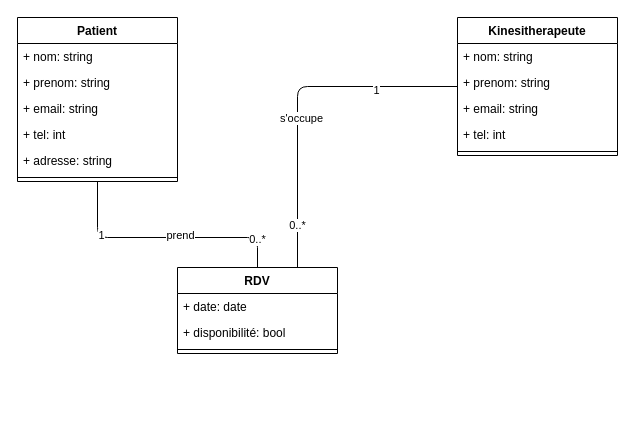
Above: documentation/DC_KCV.drawio in yusrachan/KCV_Project (draw.io), before the change. Source tidied: cells renumbered, new cells numbered last; positions are measured from the earlier drawing's top-left corner, leaving out a move shared by most shapes. Both pictures are drawn from the tidied source at 100%, with x=0, y=0 at pixel (17, 17).
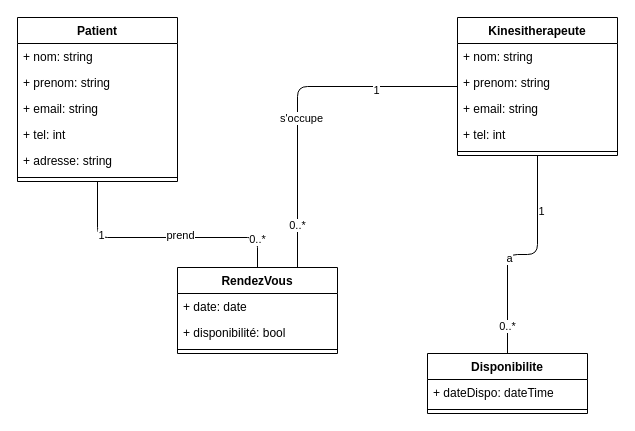
After the change.

Commit message (it also covers changes not shown here):
relation classes màj

Unchanged cells that the change refers to:
```xml
<mxCell id="9" value="Kinesitherapeute" style="swimlane;fontStyle=1;align=center;verticalAlign=top;horizontal=1;startSize=26;" parent="1" vertex="1">
  <mxGeometry x="440" width="160" height="138" as="geometry" />
</mxCell>
```

Change to the diagram source:
```diff
@@
-    <mxCell id="15" value="RDV" style="swimlane;fontStyle=1;align=center;verticalAlign=top;horizontal=1;startSize=26;" parent="1" vertex="1">
+    <mxCell id="15" value="RendezVous" style="swimlane;fontStyle=1;align=center;verticalAlign=top;horizontal=1;startSize=26;" parent="1" vertex="1">
       <mxGeometry x="160" y="250" width="160" height="86" as="geometry" />
     </mxCell>
@@
+    <mxCell id="27" value="Disponibilite" style="swimlane;fontStyle=1;align=center;verticalAlign=top;horizontal=1;startSize=26;" parent="1" vertex="1">
+      <mxGeometry x="410" y="336" width="160" height="60" as="geometry" />
+    </mxCell>
+    <mxCell id="28" value="+ dateDispo: dateTime" style="text;strokeColor=none;fillColor=none;align=left;verticalAlign=top;spacingLeft=4;spacingRight=4;overflow=hidden;" parent="27" vertex="1">
+      <mxGeometry y="26" width="160" height="26" as="geometry" />
+    </mxCell>
+    <mxCell id="29" style="line;strokeWidth=1;fillColor=none;align=left;verticalAlign=middle;spacingTop=-1;spacingLeft=3;spacingRight=3;labelPosition=right;strokeColor=inherit;" parent="27" vertex="1">
+      <mxGeometry y="52" width="160" height="8" as="geometry" />
+    </mxCell>
+    <mxCell id="30" style="endArrow=none;html=1;edgeStyle=orthogonalEdgeStyle;" parent="1" edge="1" source="9" target="27">
+      <mxGeometry relative="1" as="geometry" />
+    </mxCell>
+    <mxCell id="31" value="a" style="edgeLabel;html=1;align=center;verticalAlign=middle;" parent="30" vertex="1">
+      <mxGeometry x="0.12" y="3" relative="1" as="geometry" />
+    </mxCell>
+    <mxCell id="32" value="1" style="edgeLabel;html=1;align=center;verticalAlign=middle;" parent="30" vertex="1">
+      <mxGeometry x="-0.52" y="3" relative="1" as="geometry" />
+    </mxCell>
+    <mxCell id="33" value="0..*" style="edgeLabel;html=1;align=center;verticalAlign=middle;" parent="30" vertex="1">
+      <mxGeometry x="0.75" y="-1" relative="1" as="geometry" />
+    </mxCell>
```
